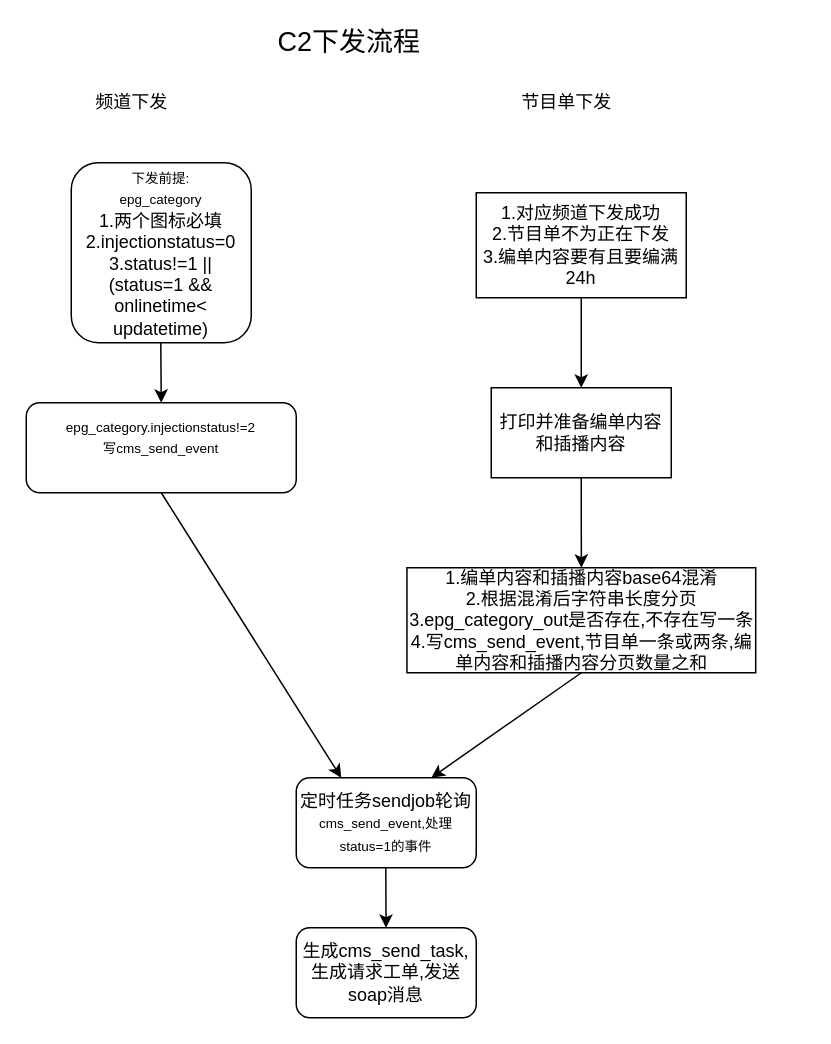
Earlier version of the draw.io diagram Untitled Diagram.drawio (utscgeorge/processitemtest). Source tidied: cells renumbered, new cells numbered last; positions are measured from the earlier drawing's top-left corner, leaving out a move shared by most shapes. Both pictures are drawn from the tidied source at 150%, with x=0, y=0 at pixel (26, 27).
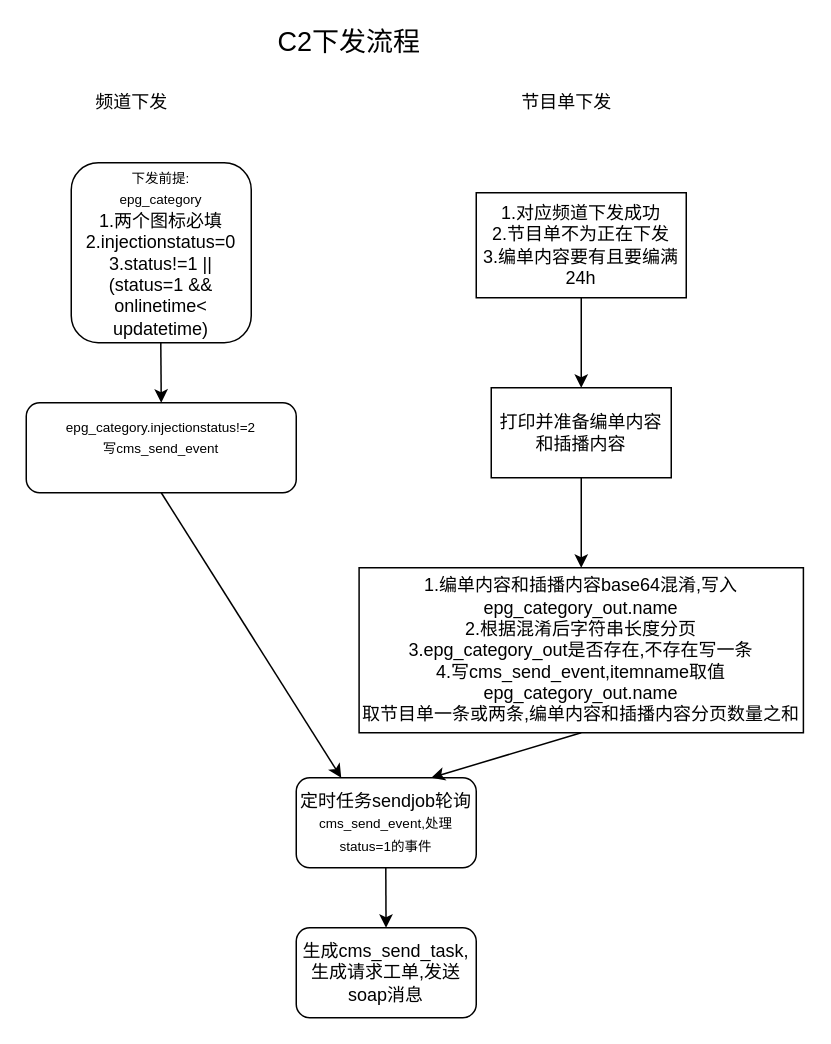
The same page after the edit.

The edit, as a diff of the source:
```diff
@@
 <mxGraphModel>
   <root>
     <mxCell id="0" />
     <mxCell id="1" parent="0" />
     <mxCell id="2" value="&lt;font style=&quot;font-size: 18px&quot;&gt;C2下发流程&lt;/font&gt;" style="text;html=1;align=center;verticalAlign=middle;" parent="1" vertex="1">
       <mxGeometry x="160" width="110" height="20" as="geometry" />
     </mxCell>
     <mxCell id="3" value="频道下发" style="text;html=1;align=center;verticalAlign=middle;" parent="1" vertex="1">
       <mxGeometry x="40" y="40" width="60" height="20" as="geometry" />
     </mxCell>
     <mxCell id="4" value="&lt;font style=&quot;font-size: 9px&quot;&gt;下发前提:&lt;br&gt;epg_category&lt;br&gt;&lt;/font&gt;1.两个图标必填&lt;br&gt;2.injectionstatus=0&lt;br&gt;3.status!=1 || (status=1 &amp;amp;&amp;amp; onlinetime&amp;lt; updatetime)" style="rounded=1;whiteSpace=wrap;html=1;" parent="1" vertex="1">
       <mxGeometry x="30" y="90" width="120" height="120" as="geometry" />
     </mxCell>
     <mxCell id="5" style="endArrow=classic;html=1;" parent="1" edge="1">
       <mxGeometry relative="1" as="geometry">
         <mxPoint x="89.7" y="210" as="sourcePoint" />
         <mxPoint x="90" y="250" as="targetPoint" />
       </mxGeometry>
     </mxCell>
     <mxCell id="6" value="&lt;span style=&quot;font-size: 9px&quot;&gt;epg_category.injectionstatus!=2&lt;br&gt;写cms_send_event&lt;br&gt;&lt;br&gt;&lt;/span&gt;" style="rounded=1;whiteSpace=wrap;html=1;" parent="1" vertex="1">
       <mxGeometry y="250" width="180" height="60" as="geometry" />
     </mxCell>
     <mxCell id="7" value="定时任务sendjob轮询&lt;span style=&quot;font-size: 9px&quot;&gt;cms_send_event,处理status=1的事件&lt;/span&gt;" style="rounded=1;whiteSpace=wrap;html=1;" parent="1" vertex="1">
       <mxGeometry x="180" y="500" width="120" height="60" as="geometry" />
     </mxCell>
     <mxCell id="8" style="endArrow=classic;html=1;" parent="1" edge="1" target="9">
       <mxGeometry relative="1" as="geometry">
         <mxPoint x="239.7" y="560" as="sourcePoint" />
       </mxGeometry>
     </mxCell>
     <mxCell id="9" value="生成cms_send_task,生成请求工单,发送soap消息" style="rounded=1;whiteSpace=wrap;html=1;" parent="1" vertex="1">
       <mxGeometry x="180" y="600" width="120" height="60" as="geometry" />
     </mxCell>
     <mxCell id="10" value="节目单下发" style="text;html=1;align=center;verticalAlign=middle;" parent="1" vertex="1">
       <mxGeometry x="320" y="40" width="80" height="20" as="geometry" />
     </mxCell>
     <mxCell id="11" style="edgeStyle=orthogonalEdgeStyle;rounded=0;jettySize=auto;html=1;" parent="1" edge="1" source="12" target="14">
       <mxGeometry relative="1" as="geometry" />
     </mxCell>
     <mxCell id="12" value="1.对应频道下发成功&lt;br&gt;2.节目单不为正在下发&lt;br&gt;3.编单内容要有且要编满24h" style="whiteSpace=wrap;html=1;" parent="1" vertex="1">
       <mxGeometry x="300" y="110" width="140" height="70" as="geometry" />
     </mxCell>
     <mxCell id="13" style="edgeStyle=orthogonalEdgeStyle;rounded=0;jettySize=auto;html=1;" parent="1" edge="1" source="14" target="15">
       <mxGeometry relative="1" as="geometry" />
     </mxCell>
     <mxCell id="14" value="打印并准备编单内容和插播内容" style="whiteSpace=wrap;html=1;" parent="1" vertex="1">
       <mxGeometry x="310" y="240" width="120" height="60" as="geometry" />
     </mxCell>
-    <mxCell id="15" value="1.编单内容和插播内容base64混淆&lt;br&gt;2.根据混淆后字符串长度分页&lt;br&gt;3.epg_category_out是否存在,不存在写一条&lt;br&gt;4.写cms_send_event,节目单一条或两条,编单内容和插播内容分页数量之和" style="whiteSpace=wrap;html=1;" parent="1" vertex="1">
-      <mxGeometry x="253.8" y="360" width="232.5" height="70" as="geometry" />
+    <mxCell id="15" value="1.编单内容和插播内容base64混淆,写入epg_category_out.name&lt;br&gt;2.根据混淆后字符串长度分页&lt;br&gt;3.epg_category_out是否存在,不存在写一条&lt;br&gt;4.写cms_send_event,itemname取值epg_category_out.name&lt;br&gt;取节目单一条或两条,编单内容和插播内容分页数量之和" style="whiteSpace=wrap;html=1;" parent="1" vertex="1">
+      <mxGeometry x="221.9" y="360" width="296.2" height="110" as="geometry" />
     </mxCell>
     <mxCell id="16" style="endArrow=classic;html=1;entryX=0.75;entryY=0;entryDx=0;entryDy=0;exitX=0.5;exitY=1;exitDx=0;exitDy=0;" parent="1" edge="1" source="15" target="7">
       <mxGeometry relative="1" as="geometry" />
     </mxCell>
     <mxCell id="17" style="endArrow=classic;html=1;entryX=0.25;entryY=0;entryDx=0;entryDy=0;exitX=0.5;exitY=1;exitDx=0;exitDy=0;" parent="1" edge="1" source="6" target="7">
       <mxGeometry relative="1" as="geometry" />
     </mxCell>
   </root>
 </mxGraphModel>
```
